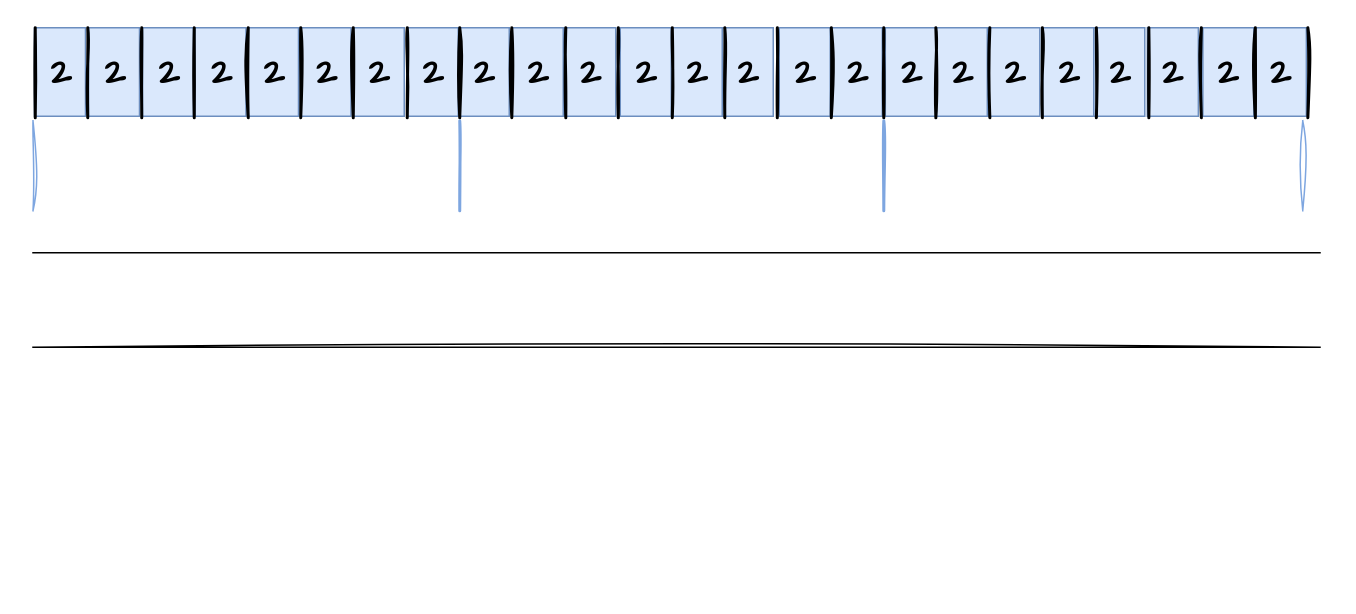
This is draw.io/mov-instruction.drawio from bitvcat/graphs, a draw.io file, before an edit. Source tidied: cells renumbered, new cells numbered last; positions are measured from the earlier drawing's top-left corner, leaving out a move shared by most shapes. Both pictures are drawn from the tidied source at 150%, with x=0, y=0 at pixel (27, 27).
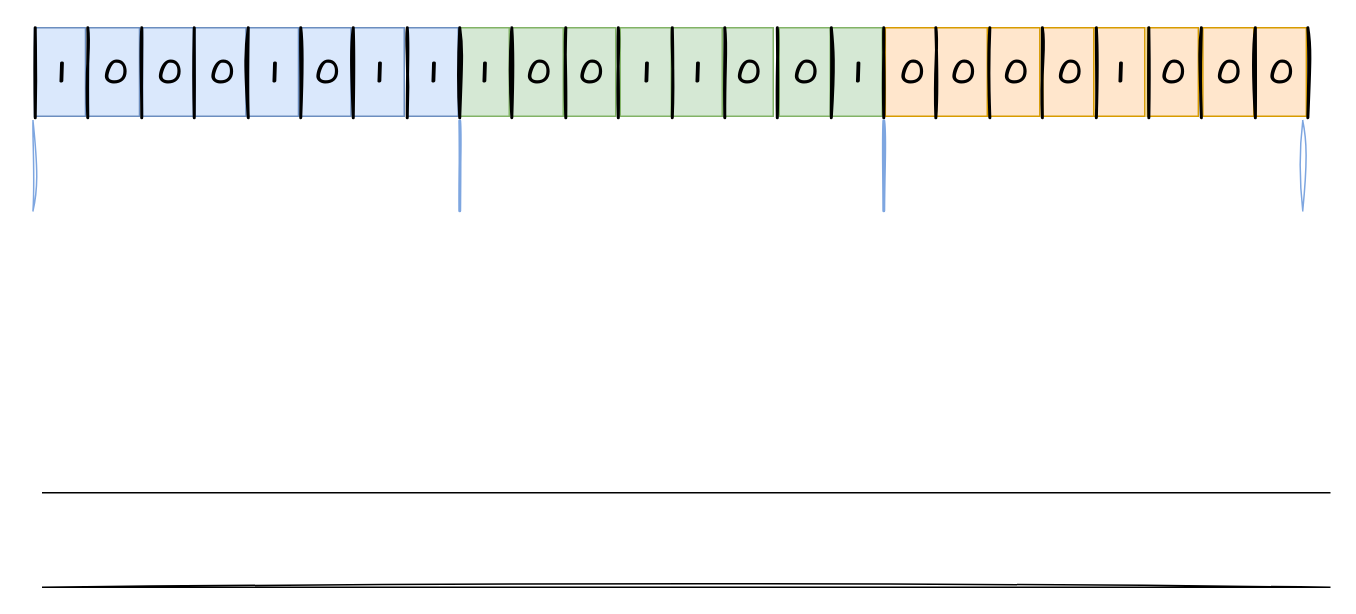
After the change.

Change to the diagram source:
```diff
@@
-    <mxCell id="2" value="2" style="text;strokeColor=#6c8ebf;fillColor=#dae8fc;html=1;fontSize=24;fontStyle=1;verticalAlign=middle;align=center;sketch=0;hachureGap=4;jiggle=2;fontFamily=Architects Daughter;" parent="1" vertex="1">
+    <mxCell id="2" value="0" style="text;strokeColor=#d79b00;fillColor=#ffe6cc;html=1;fontSize=24;fontStyle=1;verticalAlign=middle;align=center;sketch=0;hachureGap=4;jiggle=2;fontFamily=Architects Daughter;" parent="1" vertex="1">
       <mxGeometry x="605.7" width="34" height="59" as="geometry" />
     </mxCell>
-    <mxCell id="3" value="2" style="text;strokeColor=#6c8ebf;fillColor=#dae8fc;html=1;fontSize=24;fontStyle=1;verticalAlign=middle;align=center;sketch=0;hachureGap=4;jiggle=2;fontFamily=Architects Daughter;" parent="1" vertex="1">
+    <mxCell id="3" value="0" style="text;strokeColor=#d79b00;fillColor=#ffe6cc;html=1;fontSize=24;fontStyle=1;verticalAlign=middle;align=center;sketch=0;hachureGap=4;jiggle=2;fontFamily=Architects Daughter;" parent="1" vertex="1">
       <mxGeometry x="640.7" width="34" height="59" as="geometry" />
     </mxCell>
-    <mxCell id="4" value="2" style="text;strokeColor=#6c8ebf;fillColor=#dae8fc;html=1;fontSize=24;fontStyle=1;verticalAlign=middle;align=center;sketch=0;hachureGap=4;jiggle=2;fontFamily=Architects Daughter;" parent="1" vertex="1">
+    <mxCell id="4" value="0" style="text;strokeColor=#d79b00;fillColor=#ffe6cc;html=1;fontSize=24;fontStyle=1;verticalAlign=middle;align=center;sketch=0;hachureGap=4;jiggle=2;fontFamily=Architects Daughter;" parent="1" vertex="1">
       <mxGeometry x="676.7" width="34" height="59" as="geometry" />
     </mxCell>
-    <mxCell id="5" value="2" style="text;strokeColor=#6c8ebf;fillColor=#dae8fc;html=1;fontSize=24;fontStyle=1;verticalAlign=middle;align=center;sketch=0;hachureGap=4;jiggle=2;fontFamily=Architects Daughter;" parent="1" vertex="1">
+    <mxCell id="5" value="1" style="text;strokeColor=#d79b00;fillColor=#ffe6cc;html=1;fontSize=24;fontStyle=1;verticalAlign=middle;align=center;sketch=0;hachureGap=4;jiggle=2;fontFamily=Architects Daughter;" parent="1" vertex="1">
       <mxGeometry x="710.7" width="34" height="59" as="geometry" />
     </mxCell>
-    <mxCell id="6" value="2" style="text;strokeColor=#6c8ebf;fillColor=#dae8fc;html=1;fontSize=24;fontStyle=1;verticalAlign=middle;align=center;sketch=0;hachureGap=4;jiggle=2;fontFamily=Architects Daughter;" parent="1" vertex="1">
+    <mxCell id="6" value="0" style="text;strokeColor=#d79b00;fillColor=#ffe6cc;html=1;fontSize=24;fontStyle=1;verticalAlign=middle;align=center;sketch=0;hachureGap=4;jiggle=2;fontFamily=Architects Daughter;" parent="1" vertex="1">
       <mxGeometry x="746.4" width="34" height="59" as="geometry" />
     </mxCell>
-    <mxCell id="7" value="2" style="text;strokeColor=#6c8ebf;fillColor=#dae8fc;html=1;fontSize=24;fontStyle=1;verticalAlign=middle;align=center;sketch=0;hachureGap=4;jiggle=2;fontFamily=Architects Daughter;" parent="1" vertex="1">
+    <mxCell id="7" value="0" style="text;strokeColor=#d79b00;fillColor=#ffe6cc;html=1;fontSize=24;fontStyle=1;verticalAlign=middle;align=center;sketch=0;hachureGap=4;jiggle=2;fontFamily=Architects Daughter;" parent="1" vertex="1">
       <mxGeometry x="783.4" width="34" height="59" as="geometry" />
     </mxCell>
-    <mxCell id="8" value="2" style="text;strokeColor=#6c8ebf;fillColor=#dae8fc;html=1;fontSize=24;fontStyle=1;verticalAlign=middle;align=center;sketch=0;hachureGap=4;jiggle=2;fontFamily=Architects Daughter;" parent="1" vertex="1">
+    <mxCell id="8" value="0" style="text;strokeColor=#d79b00;fillColor=#ffe6cc;html=1;fontSize=24;fontStyle=1;verticalAlign=middle;align=center;sketch=0;hachureGap=4;jiggle=2;fontFamily=Architects Daughter;" parent="1" vertex="1">
       <mxGeometry x="818.4" width="34" height="59" as="geometry" />
     </mxCell>
-    <mxCell id="9" value="2" style="text;strokeColor=#6c8ebf;fillColor=#dae8fc;html=1;fontSize=24;fontStyle=1;verticalAlign=middle;align=center;sketch=0;hachureGap=4;jiggle=2;fontFamily=Architects Daughter;" parent="1" vertex="1">
+    <mxCell id="9" value="0" style="text;strokeColor=#d79b00;fillColor=#ffe6cc;html=1;fontSize=24;fontStyle=1;verticalAlign=middle;align=center;sketch=0;hachureGap=4;jiggle=2;fontFamily=Architects Daughter;" parent="1" vertex="1">
       <mxGeometry x="571.7" width="34" height="59" as="geometry" />
     </mxCell>
-    <mxCell id="10" value="2" style="text;strokeColor=#6c8ebf;fillColor=#dae8fc;html=1;fontSize=24;fontStyle=1;verticalAlign=middle;align=center;sketch=0;hachureGap=4;jiggle=2;fontFamily=Architects Daughter;" parent="1" vertex="1">
+    <mxCell id="10" value="1" style="text;strokeColor=#82b366;fillColor=#d5e8d4;html=1;fontSize=24;fontStyle=1;verticalAlign=middle;align=center;sketch=0;hachureGap=4;jiggle=2;fontFamily=Architects Daughter;" parent="1" vertex="1">
       <mxGeometry x="535.7" width="34" height="59" as="geometry" />
     </mxCell>
-    <mxCell id="11" value="2" style="text;strokeColor=#6c8ebf;fillColor=#dae8fc;html=1;fontSize=24;fontStyle=1;verticalAlign=middle;align=center;sketch=0;hachureGap=4;jiggle=2;fontFamily=Architects Daughter;" parent="1" vertex="1">
+    <mxCell id="11" value="0" style="text;strokeColor=#82b366;fillColor=#d5e8d4;html=1;fontSize=24;fontStyle=1;verticalAlign=middle;align=center;sketch=0;hachureGap=4;jiggle=2;fontFamily=Architects Daughter;" parent="1" vertex="1">
       <mxGeometry x="501" width="34" height="59" as="geometry" />
     </mxCell>
-    <mxCell id="12" value="2" style="text;strokeColor=#6c8ebf;fillColor=#dae8fc;html=1;fontSize=24;fontStyle=1;verticalAlign=middle;align=center;sketch=0;hachureGap=4;jiggle=2;fontFamily=Architects Daughter;" parent="1" vertex="1">
+    <mxCell id="12" value="0" style="text;strokeColor=#82b366;fillColor=#d5e8d4;html=1;fontSize=24;fontStyle=1;verticalAlign=middle;align=center;sketch=0;hachureGap=4;jiggle=2;fontFamily=Architects Daughter;" parent="1" vertex="1">
       <mxGeometry x="463" width="34" height="59" as="geometry" />
     </mxCell>
-    <mxCell id="13" value="2" style="text;strokeColor=#6c8ebf;fillColor=#dae8fc;html=1;fontSize=24;fontStyle=1;verticalAlign=middle;align=center;sketch=0;hachureGap=4;jiggle=2;fontFamily=Architects Daughter;" parent="1" vertex="1">
+    <mxCell id="13" value="1" style="text;strokeColor=#82b366;fillColor=#d5e8d4;html=1;fontSize=24;fontStyle=1;verticalAlign=middle;align=center;sketch=0;hachureGap=4;jiggle=2;fontFamily=Architects Daughter;" parent="1" vertex="1">
       <mxGeometry x="429" width="34" height="59" as="geometry" />
     </mxCell>
-    <mxCell id="14" value="2" style="text;strokeColor=#6c8ebf;fillColor=#dae8fc;html=1;fontSize=24;fontStyle=1;verticalAlign=middle;align=center;sketch=0;hachureGap=4;jiggle=2;fontFamily=Architects Daughter;" parent="1" vertex="1">
+    <mxCell id="14" value="0" style="text;strokeColor=#82b366;fillColor=#d5e8d4;html=1;fontSize=24;fontStyle=1;verticalAlign=middle;align=center;sketch=0;hachureGap=4;jiggle=2;fontFamily=Architects Daughter;" parent="1" vertex="1">
       <mxGeometry x="358" width="34" height="59" as="geometry" />
     </mxCell>
-    <mxCell id="15" value="2" style="text;strokeColor=#6c8ebf;fillColor=#dae8fc;html=1;fontSize=24;fontStyle=1;verticalAlign=middle;align=center;sketch=0;hachureGap=4;jiggle=2;fontFamily=Architects Daughter;" parent="1" vertex="1">
+    <mxCell id="15" value="1" style="text;strokeColor=#82b366;fillColor=#d5e8d4;html=1;fontSize=24;fontStyle=1;verticalAlign=middle;align=center;sketch=0;hachureGap=4;jiggle=2;fontFamily=Architects Daughter;" parent="1" vertex="1">
       <mxGeometry x="395" width="34" height="59" as="geometry" />
     </mxCell>
-    <mxCell id="16" value="2" style="text;strokeColor=#6c8ebf;fillColor=#dae8fc;html=1;fontSize=24;fontStyle=1;verticalAlign=middle;align=center;sketch=0;hachureGap=4;jiggle=2;fontFamily=Architects Daughter;" parent="1" vertex="1">
+    <mxCell id="16" value="0" style="text;strokeColor=#82b366;fillColor=#d5e8d4;html=1;fontSize=24;fontStyle=1;verticalAlign=middle;align=center;sketch=0;hachureGap=4;jiggle=2;fontFamily=Architects Daughter;" parent="1" vertex="1">
       <mxGeometry x="323" width="34" height="59" as="geometry" />
     </mxCell>
-    <mxCell id="17" value="2" style="text;strokeColor=#6c8ebf;fillColor=#dae8fc;html=1;fontSize=24;fontStyle=1;verticalAlign=middle;align=center;sketch=0;hachureGap=4;jiggle=2;fontFamily=Architects Daughter;" parent="1" vertex="1">
+    <mxCell id="17" value="1" style="text;strokeColor=#82b366;fillColor=#d5e8d4;html=1;fontSize=24;fontStyle=1;verticalAlign=middle;align=center;sketch=0;hachureGap=4;jiggle=2;fontFamily=Architects Daughter;" parent="1" vertex="1">
       <mxGeometry x="287" width="34" height="59" as="geometry" />
     </mxCell>
-    <mxCell id="18" value="2" style="text;strokeColor=#6c8ebf;fillColor=#dae8fc;html=1;fontSize=24;fontStyle=1;verticalAlign=middle;align=center;sketch=0;hachureGap=4;jiggle=2;fontFamily=Architects Daughter;" parent="1" vertex="1">
+    <mxCell id="18" value="1" style="text;strokeColor=#6c8ebf;fillColor=#dae8fc;html=1;fontSize=24;fontStyle=1;verticalAlign=middle;align=center;sketch=0;hachureGap=4;jiggle=2;fontFamily=Architects Daughter;" parent="1" vertex="1">
       <mxGeometry x="253" width="34" height="59" as="geometry" />
     </mxCell>
-    <mxCell id="19" value="2" style="text;strokeColor=#6c8ebf;fillColor=#dae8fc;html=1;fontSize=24;fontStyle=1;verticalAlign=middle;align=center;sketch=0;hachureGap=4;jiggle=2;fontFamily=Architects Daughter;" parent="1" vertex="1">
+    <mxCell id="19" value="1" style="text;strokeColor=#6c8ebf;fillColor=#dae8fc;html=1;fontSize=24;fontStyle=1;verticalAlign=middle;align=center;sketch=0;hachureGap=4;jiggle=2;fontFamily=Architects Daughter;" parent="1" vertex="1">
       <mxGeometry x="217" width="34" height="59" as="geometry" />
     </mxCell>
-    <mxCell id="20" value="2" style="text;strokeColor=#6c8ebf;fillColor=#dae8fc;html=1;fontSize=24;fontStyle=1;verticalAlign=middle;align=center;sketch=0;hachureGap=4;jiggle=2;fontFamily=Architects Daughter;" parent="1" vertex="1">
+    <mxCell id="20" value="0" style="text;strokeColor=#6c8ebf;fillColor=#dae8fc;html=1;fontSize=24;fontStyle=1;verticalAlign=middle;align=center;sketch=0;hachureGap=4;jiggle=2;fontFamily=Architects Daughter;" parent="1" vertex="1">
       <mxGeometry x="181.5" width="34" height="59" as="geometry" />
     </mxCell>
-    <mxCell id="21" value="2" style="text;strokeColor=#6c8ebf;fillColor=#dae8fc;html=1;fontSize=24;fontStyle=1;verticalAlign=middle;align=center;sketch=0;hachureGap=4;jiggle=2;fontFamily=Architects Daughter;" parent="1" vertex="1">
+    <mxCell id="21" value="1" style="text;strokeColor=#6c8ebf;fillColor=#dae8fc;html=1;fontSize=24;fontStyle=1;verticalAlign=middle;align=center;sketch=0;hachureGap=4;jiggle=2;fontFamily=Architects Daughter;" parent="1" vertex="1">
       <mxGeometry x="146.5" width="34" height="59" as="geometry" />
     </mxCell>
-    <mxCell id="22" value="2" style="text;strokeColor=#6c8ebf;fillColor=#dae8fc;html=1;fontSize=24;fontStyle=1;verticalAlign=middle;align=center;sketch=0;hachureGap=4;jiggle=2;fontFamily=Architects Daughter;" parent="1" vertex="1">
+    <mxCell id="22" value="0" style="text;strokeColor=#6c8ebf;fillColor=#dae8fc;html=1;fontSize=24;fontStyle=1;verticalAlign=middle;align=center;sketch=0;hachureGap=4;jiggle=2;fontFamily=Architects Daughter;" parent="1" vertex="1">
       <mxGeometry x="111.5" width="34" height="59" as="geometry" />
     </mxCell>
-    <mxCell id="23" value="2" style="text;strokeColor=#6c8ebf;fillColor=#dae8fc;html=1;fontSize=24;fontStyle=1;verticalAlign=middle;align=center;sketch=0;hachureGap=4;jiggle=2;fontFamily=Architects Daughter;" parent="1" vertex="1">
+    <mxCell id="23" value="0" style="text;strokeColor=#6c8ebf;fillColor=#dae8fc;html=1;fontSize=24;fontStyle=1;verticalAlign=middle;align=center;sketch=0;hachureGap=4;jiggle=2;fontFamily=Architects Daughter;" parent="1" vertex="1">
       <mxGeometry x="76.5" width="34" height="59" as="geometry" />
     </mxCell>
-    <mxCell id="24" value="2" style="text;strokeColor=#6c8ebf;fillColor=#dae8fc;html=1;fontSize=24;fontStyle=1;verticalAlign=middle;align=center;sketch=0;hachureGap=4;jiggle=2;fontFamily=Architects Daughter;" parent="1" vertex="1">
+    <mxCell id="24" value="0" style="text;strokeColor=#6c8ebf;fillColor=#dae8fc;html=1;fontSize=24;fontStyle=1;verticalAlign=middle;align=center;sketch=0;hachureGap=4;jiggle=2;fontFamily=Architects Daughter;" parent="1" vertex="1">
       <mxGeometry x="40.5" width="34" height="59" as="geometry" />
     </mxCell>
-    <mxCell id="25" value="2" style="text;strokeColor=#6c8ebf;fillColor=#dae8fc;html=1;fontSize=24;fontStyle=1;verticalAlign=middle;align=center;sketch=0;hachureGap=4;jiggle=2;fontFamily=Architects Daughter;" parent="1" vertex="1">
+    <mxCell id="25" value="1" style="text;strokeColor=#6c8ebf;fillColor=#dae8fc;html=1;fontSize=24;fontStyle=1;verticalAlign=middle;align=center;sketch=0;hachureGap=4;jiggle=2;fontFamily=Architects Daughter;" parent="1" vertex="1">
       <mxGeometry x="4.5" width="34" height="59" as="geometry" />
     </mxCell>
     <mxCell id="26" style="shape=partialRectangle;whiteSpace=wrap;html=1;left=0;right=0;fillColor=none;sketch=1;rounded=0;" parent="1" vertex="1">
-      <mxGeometry x="3.5" y="150" width="858" height="63" as="geometry" />
+      <mxGeometry x="10" y="310" width="858" height="63" as="geometry" />
     </mxCell>
```
